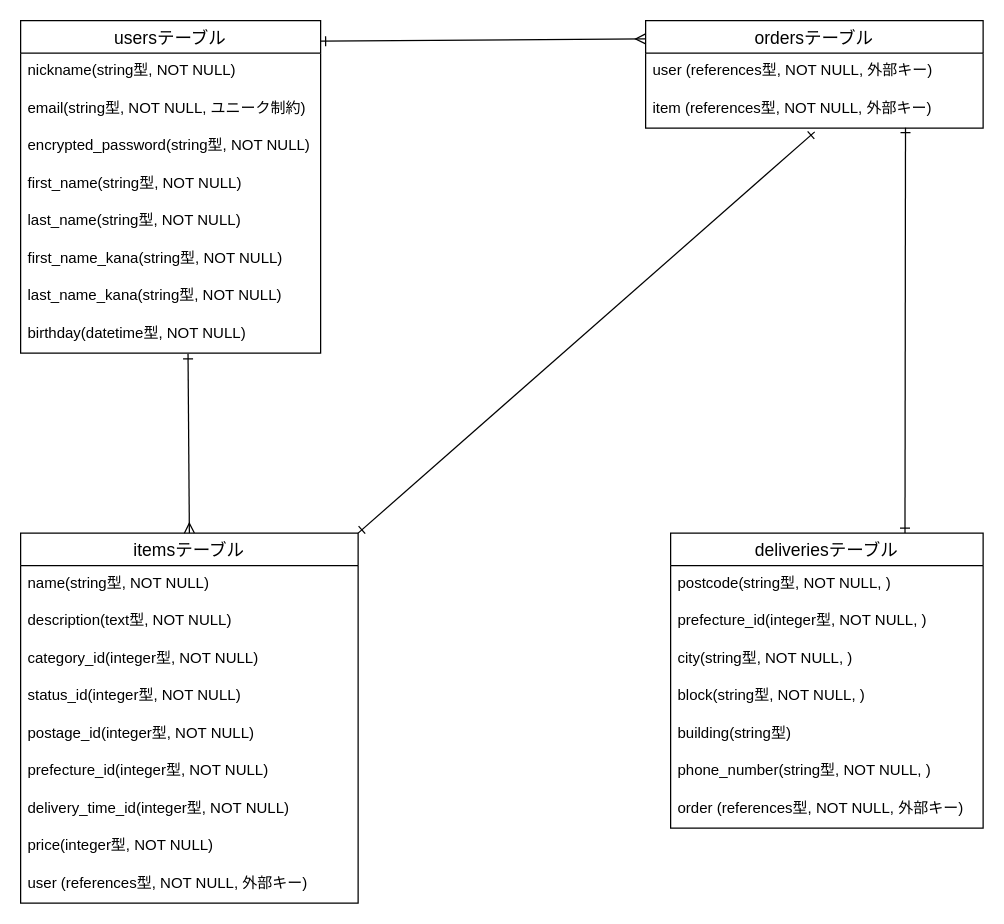
This is furima.dio from fumiron/furima-37688, a draw.io file, before an edit. Source tidied: cells renumbered, new cells numbered last; positions are measured from the earlier drawing's top-left corner, leaving out a move shared by most shapes. Both pictures are drawn from the tidied source at 125%, with x=0, y=0 at pixel (20, 20).
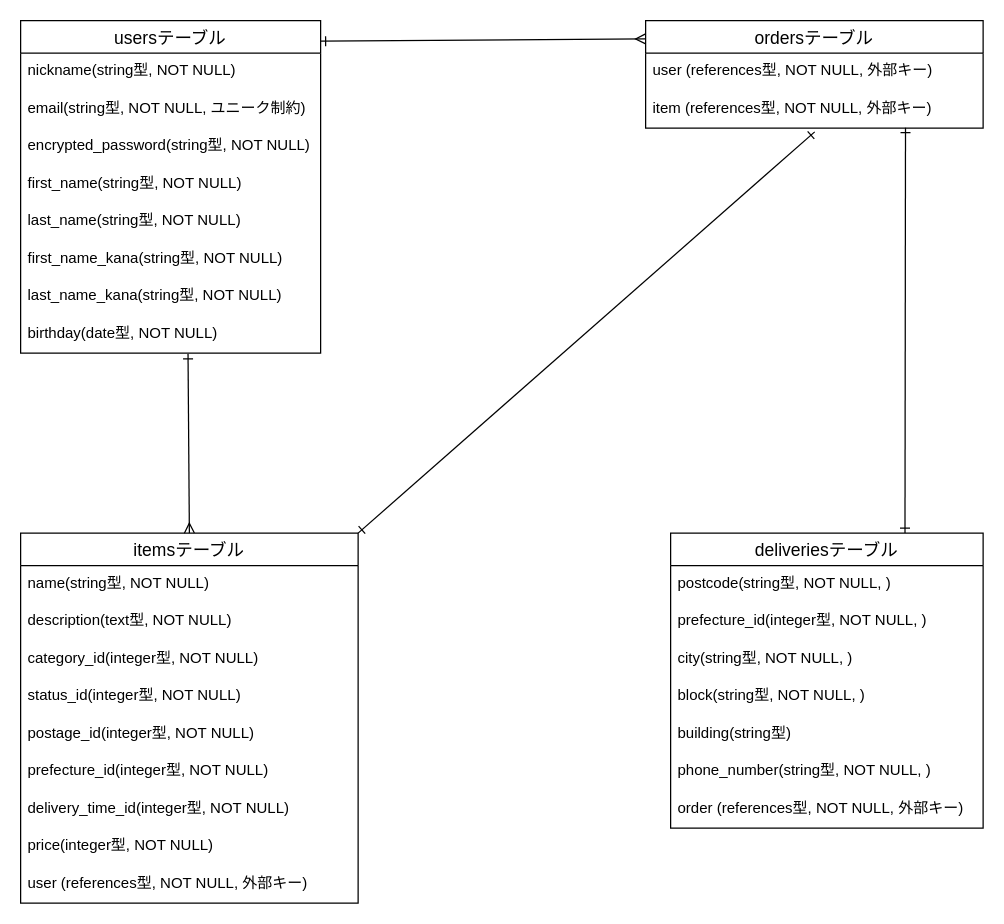
After the change.

Unchanged cells that the change refers to:
```xml
<mxCell id="2" value="usersテーブル" style="swimlane;fontStyle=0;horizontal=1;startSize=26;align=center;fontSize=14;" parent="1" vertex="1">
  <mxGeometry width="240" height="266" as="geometry" />
</mxCell>
```

Change to the diagram source:
```diff
@@
-    <mxCell id="10" value="birthday(datetime型, NOT NULL)" style="text;strokeColor=none;fillColor=none;spacingLeft=4;spacingRight=4;overflow=hidden;points=[[0,0.5],[1,0.5]];portConstraint=eastwest;fontSize=12;" parent="2" vertex="1">
+    <mxCell id="10" value="birthday(date型, NOT NULL)" style="text;strokeColor=none;fillColor=none;spacingLeft=4;spacingRight=4;overflow=hidden;points=[[0,0.5],[1,0.5]];portConstraint=eastwest;fontSize=12;" parent="2" vertex="1">
       <mxGeometry y="236" width="240" height="30" as="geometry" />
     </mxCell>
```
